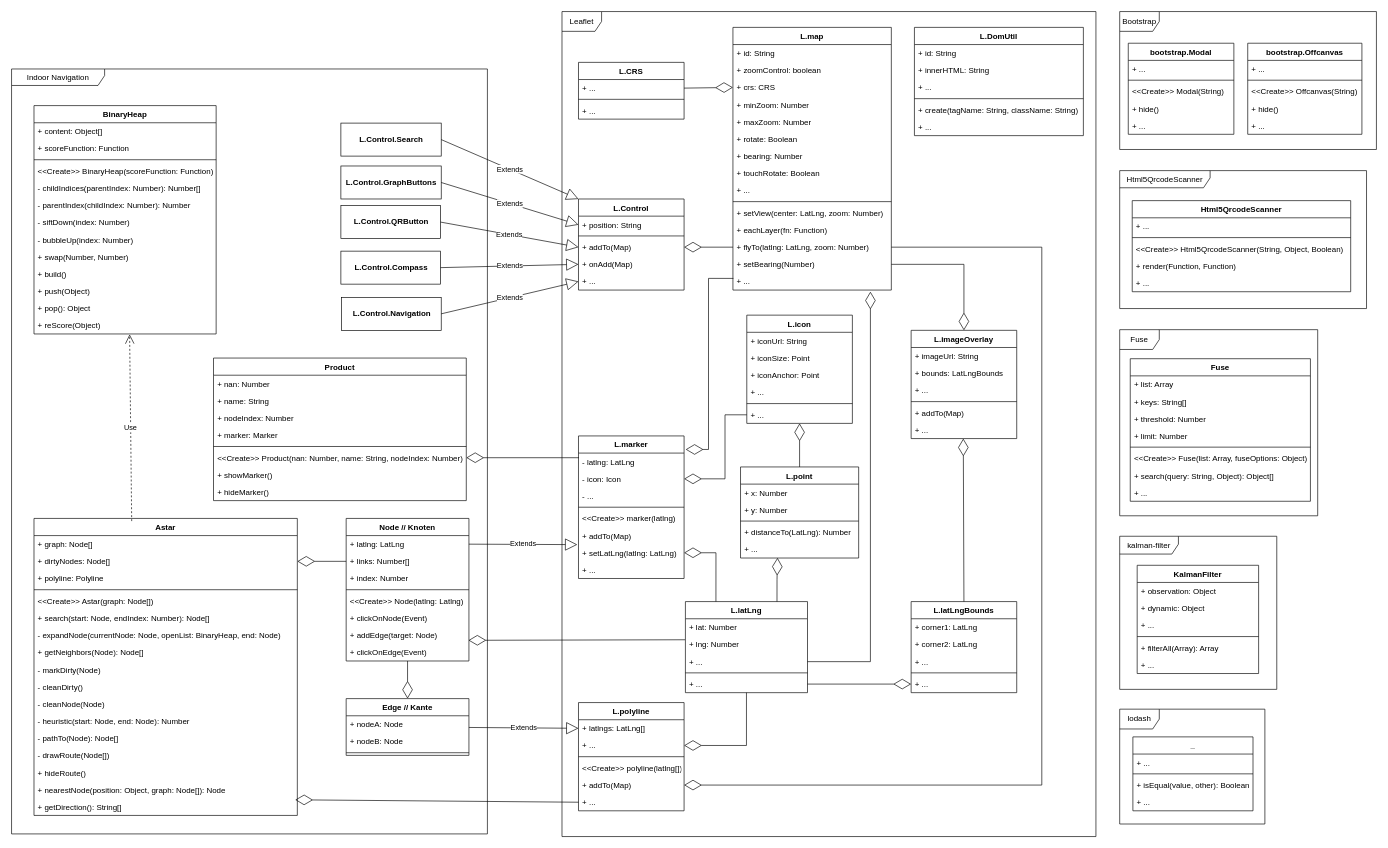
This is drawio/klassen.drawio from danielgilbers/indoor-navigation, a draw.io file, before an edit. Source tidied: cells renumbered, new cells numbered last; positions are measured from the earlier drawing's top-left corner, leaving out a move shared by most shapes. Both pictures are drawn from the tidied source at 66%, with x=0, y=0 at pixel (11, 11).
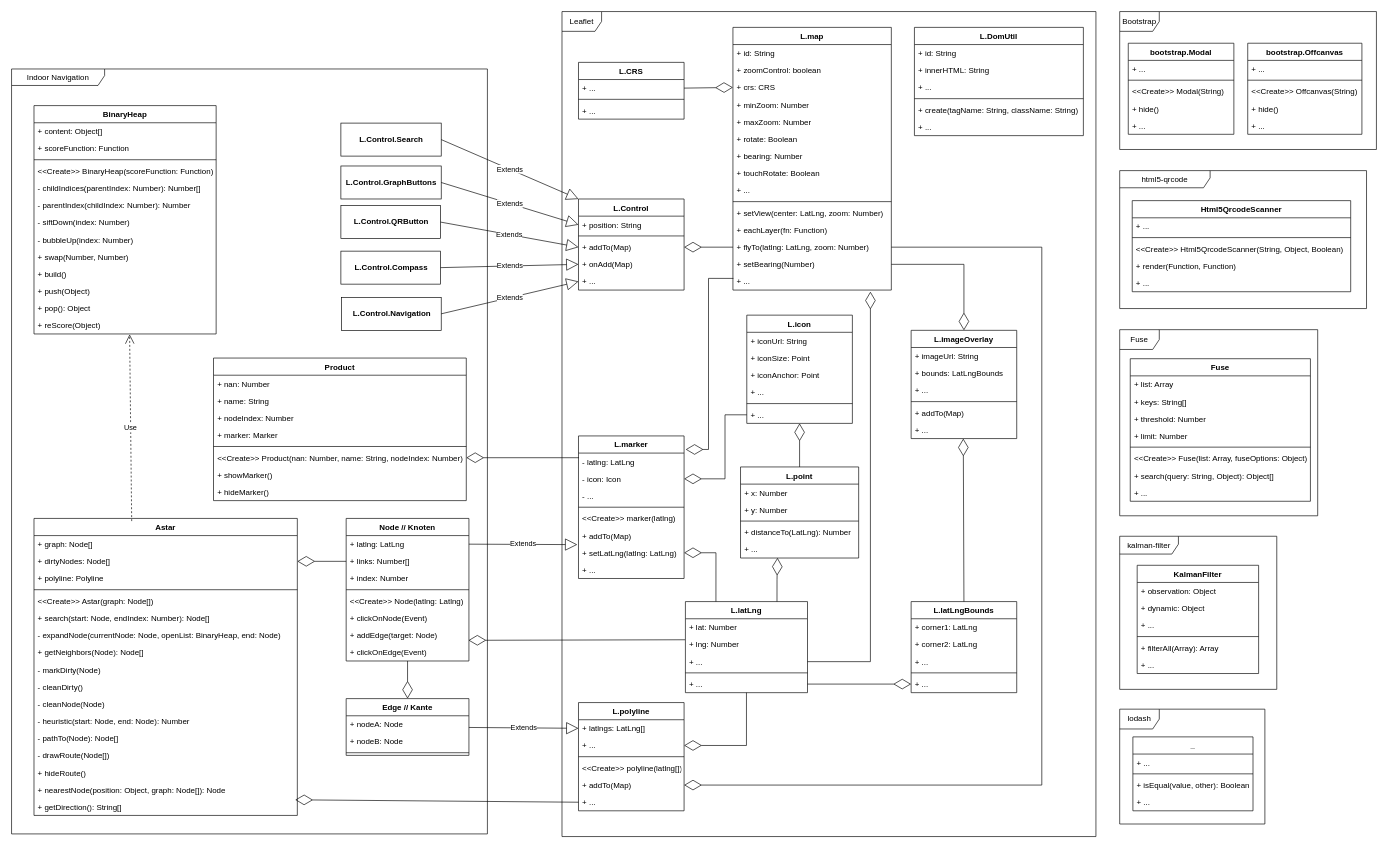
After the change.

Commit message (it also covers changes not shown here):
add architecture diagramm

Change to the diagram source:
```diff
@@
-    <mxCell id="3" value="Html5QrcodeScanner" style="shape=umlFrame;whiteSpace=wrap;html=1;width=137;height=26;" parent="1" vertex="1">
+    <mxCell id="3" value="html5-qrcode" style="shape=umlFrame;whiteSpace=wrap;html=1;width=137;height=26;" parent="1" vertex="1">
       <mxGeometry x="1679" y="241" width="374" height="209" as="geometry" />
     </mxCell>
```
